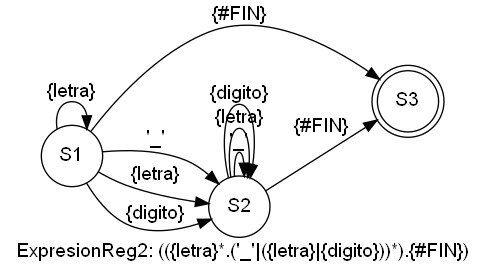
Earlier version of the Graphviz export AFD_202004765/AFD_ExpresionReg2.png (PikaGuty/OLC1_Proyecto1_202004765). Its source is kept beside it as AFD_202004765/AFD_ExpresionReg2.dot.
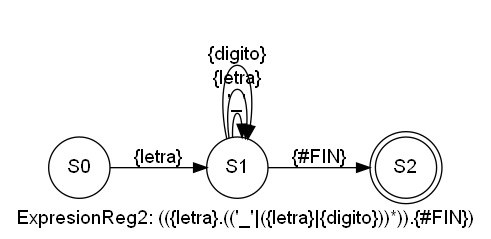
After the change.

What changed in the source:
```diff
@@ -1,17 +1,13 @@
 digraph finite_state_machine {
 	fontname="Helvetica,Arial,sans-serif"
-       label="ExpresionReg2: (({letra}*.('_'|({letra}|{digito}))*).{#FIN})"	node [fontname="Helvetica,Arial,sans-serif"]
+       label="ExpresionReg2: (({letra}.(('_'|({letra}|{digito}))*)).{#FIN})"	node [fontname="Helvetica,Arial,sans-serif"]
 	edge [fontname="Helvetica,Arial,sans-serif"]
 	rankdir=LR;
 	size="8,5";
-       node [shape = doublecircle]; S3;
-	node [shape = circle];S1 -> S1 [label = "{letra}"];
-S1 -> S2 [label = "'_'"];
-S1 -> S2 [label = "{letra}"];
-S1 -> S2 [label = "{digito}"];
-S1 -> S3 [label = "{#FIN}"];
-S2 -> S2 [label = "'_'"];
-S2 -> S2 [label = "{letra}"];
-S2 -> S2 [label = "{digito}"];
-S2 -> S3 [label = "{#FIN}"];
+       node [shape = doublecircle]; S2;
+	node [shape = circle];S0 -> S1 [label = "{letra}"];
+S1 -> S1 [label = "'_'"];
+S1 -> S1 [label = "{letra}"];
+S1 -> S1 [label = "{digito}"];
+S1 -> S2 [label = "{#FIN}"];
 }
```
